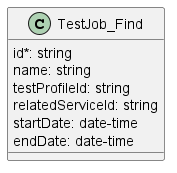
Earlier version of the PlantUML export documentation/serviceApi/sft/serviceTest/media/useCase8Model.png (MEF-GIT/MEF-LSO-Legato-SDK). Its diagram source:
```plantuml
@startuml useCase8Model

class TestJob_Find {

    id*: string
    name: string
    testProfileId: string
    relatedServiceId: string
    startDate: date-time
    endDate: date-time
}

@enduml
```
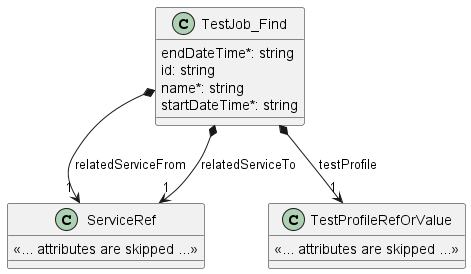
After the change.

What changed in the source:
```diff
@@ -2,12 +2,25 @@
 
 class TestJob_Find {
 
-    id*: string
-    name: string
-    testProfileId: string
-    relatedServiceId: string
-    startDate: date-time
-    endDate: date-time
+    endDateTime*: string
+    id: string
+    name*: string
+    startDateTime*: string
 }
 
+TestJob_Find *-->"1" ServiceRef : relatedServiceFrom
+TestJob_Find *-->"1" ServiceRef : relatedServiceTo
+TestJob_Find *-->"1" TestProfileRefOrValue : testProfile
+
+
+class ServiceRef {
+
+    <<... attributes are skipped ...>>
+}
+
+
+class TestProfileRefOrValue {
+
+    <<... attributes are skipped ...>>
+}
 @enduml
```
